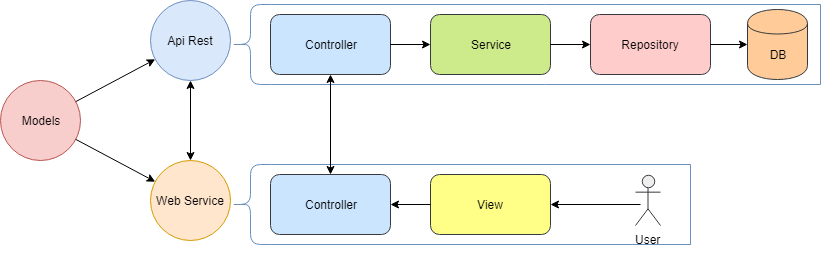
Above: Util/Relaciones.png in agilesrivas/flight-api (draw.io), before the change. Source tidied: cells renumbered, new cells last; positions are measured from the earlier drawing's top-left corner, leaving out a move shared by most shapes. Its diagram source:
```xml
<mxGraphModel background="#ffffff">
  <root>
    <mxCell id="0" />
    <mxCell id="1" parent="0" />
    <mxCell id="2" value="Models&lt;br&gt;" style="ellipse;whiteSpace=wrap;html=1;fillColor=#f8cecc;strokeColor=#b85450;" parent="1" vertex="1">
      <mxGeometry y="80" width="80" height="80" as="geometry" />
    </mxCell>
    <mxCell id="3" value="Api Rest" style="ellipse;whiteSpace=wrap;html=1;fillColor=#dae8fc;strokeColor=#6C8EBF;" parent="1" vertex="1">
      <mxGeometry x="150" width="80" height="80" as="geometry" />
    </mxCell>
    <mxCell id="4" value="Web Service&lt;br&gt;" style="ellipse;whiteSpace=wrap;html=1;fillColor=#ffe6cc;strokeColor=#d79b00;" parent="1" vertex="1">
      <mxGeometry x="150" y="160" width="80" height="80" as="geometry" />
    </mxCell>
    <mxCell id="5" style="endArrow=classic;html=1;" parent="1" edge="1" source="2" target="3">
      <mxGeometry relative="1" as="geometry" />
    </mxCell>
    <mxCell id="6" style="endArrow=classic;html=1;" parent="1" edge="1" source="2" target="4">
      <mxGeometry relative="1" as="geometry" />
    </mxCell>
    <mxCell id="7" style="endArrow=classic;startArrow=classic;html=1;" parent="1" edge="1" source="4" target="3">
      <mxGeometry relative="1" as="geometry" />
    </mxCell>
    <mxCell id="8" value="Controller" style="rounded=1;whiteSpace=wrap;html=1;strokeColor=#36393d;fillColor=#cce5ff;" parent="1" vertex="1">
      <mxGeometry x="270" y="14" width="120" height="60" as="geometry" />
    </mxCell>
    <mxCell id="9" value="Service" style="rounded=1;whiteSpace=wrap;html=1;strokeColor=#36393d;fillColor=#cdeb8b;" parent="1" vertex="1">
      <mxGeometry x="430" y="14" width="120" height="60" as="geometry" />
    </mxCell>
    <mxCell id="10" value="Repository" style="rounded=1;whiteSpace=wrap;html=1;strokeColor=#36393d;fillColor=#ffcccc;" parent="1" vertex="1">
      <mxGeometry x="590" y="14" width="120" height="60" as="geometry" />
    </mxCell>
    <mxCell id="11" value="DB" style="shape=cylinder;whiteSpace=wrap;html=1;boundedLbl=1;backgroundOutline=1;strokeColor=#36393d;fillColor=#ffcc99;" parent="1" vertex="1">
      <mxGeometry x="747" y="9" width="60" height="70" as="geometry" />
    </mxCell>
    <mxCell id="12" style="endArrow=classic;html=1;strokeColor=#000000;" parent="1" edge="1" source="8" target="9">
      <mxGeometry relative="1" as="geometry" />
    </mxCell>
    <mxCell id="13" style="endArrow=classic;html=1;" parent="1" edge="1" source="9" target="10">
      <mxGeometry relative="1" as="geometry" />
    </mxCell>
    <mxCell id="14" style="endArrow=classic;html=1;" parent="1" edge="1" source="10" target="11">
      <mxGeometry relative="1" as="geometry" />
    </mxCell>
    <mxCell id="15" style="shape=curlyBracket;whiteSpace=wrap;html=1;rounded=1;strokeColor=#6C8EBF;" parent="1" vertex="1">
      <mxGeometry x="230" y="4" width="40" height="80" as="geometry" />
    </mxCell>
    <mxCell id="16" style="endArrow=none;html=1;strokeColor=#6C8EBF;" parent="1" edge="1">
      <mxGeometry relative="1" as="geometry">
        <mxPoint x="270" y="84" as="sourcePoint" />
        <mxPoint x="820" y="84" as="targetPoint" />
      </mxGeometry>
    </mxCell>
    <mxCell id="17" style="endArrow=none;html=1;strokeColor=#6C8EBF;" parent="1" edge="1">
      <mxGeometry relative="1" as="geometry">
        <mxPoint x="270" y="4" as="sourcePoint" />
        <mxPoint x="820" y="4" as="targetPoint" />
      </mxGeometry>
    </mxCell>
    <mxCell id="18" style="endArrow=none;html=1;strokeColor=#6C8EBF;" parent="1" edge="1">
      <mxGeometry relative="1" as="geometry">
        <mxPoint x="690" y="244" as="sourcePoint" />
        <mxPoint x="690" y="164" as="targetPoint" />
      </mxGeometry>
    </mxCell>
    <mxCell id="19" style="shape=curlyBracket;whiteSpace=wrap;html=1;rounded=1;strokeColor=#6C8EBF;" parent="1" vertex="1">
      <mxGeometry x="230" y="164" width="40" height="80" as="geometry" />
    </mxCell>
    <mxCell id="20" value="Controller" style="rounded=1;whiteSpace=wrap;html=1;strokeColor=#36393d;fillColor=#cce5ff;" parent="1" vertex="1">
      <mxGeometry x="270" y="174" width="120" height="60" as="geometry" />
    </mxCell>
    <mxCell id="21" value="View" style="rounded=1;whiteSpace=wrap;html=1;strokeColor=#36393d;fillColor=#ffff88;" parent="1" vertex="1">
      <mxGeometry x="430" y="174" width="120" height="60" as="geometry" />
    </mxCell>
    <mxCell id="22" value="User&lt;br&gt;&lt;br&gt;" style="shape=umlActor;verticalLabelPosition=bottom;labelBackgroundColor=#ffffff;verticalAlign=top;html=1;strokeColor=#36393d;fillColor=#eeeeee;" parent="1" vertex="1">
      <mxGeometry x="635" y="175" width="25" height="50" as="geometry" />
    </mxCell>
    <mxCell id="23" style="endArrow=classic;html=1;strokeColor=#000000;entryX=1;entryY=0.5;" parent="1" edge="1" target="21">
      <mxGeometry relative="1" as="geometry">
        <mxPoint x="640" y="204" as="sourcePoint" />
      </mxGeometry>
    </mxCell>
    <mxCell id="24" style="endArrow=classic;html=1;strokeColor=#000000;" parent="1" edge="1" source="21" target="20">
      <mxGeometry relative="1" as="geometry" />
    </mxCell>
    <mxCell id="25" style="endArrow=none;html=1;strokeColor=#6C8EBF;" parent="1" edge="1">
      <mxGeometry relative="1" as="geometry">
        <mxPoint x="270" y="244" as="sourcePoint" />
        <mxPoint x="690" y="244" as="targetPoint" />
      </mxGeometry>
    </mxCell>
    <mxCell id="26" style="endArrow=none;html=1;strokeColor=#6C8EBF;" parent="1" edge="1">
      <mxGeometry relative="1" as="geometry">
        <mxPoint x="270" y="164" as="sourcePoint" />
        <mxPoint x="690" y="164" as="targetPoint" />
      </mxGeometry>
    </mxCell>
    <mxCell id="27" style="endArrow=none;html=1;strokeColor=#6C8EBF;" parent="1" edge="1">
      <mxGeometry relative="1" as="geometry">
        <mxPoint x="270" y="244" as="sourcePoint" />
        <mxPoint x="690" y="244" as="targetPoint" />
      </mxGeometry>
    </mxCell>
    <mxCell id="28" style="endArrow=none;html=1;strokeColor=#6C8EBF;" parent="1" edge="1">
      <mxGeometry relative="1" as="geometry">
        <mxPoint x="820" y="84" as="sourcePoint" />
        <mxPoint x="820" y="4" as="targetPoint" />
      </mxGeometry>
    </mxCell>
    <mxCell id="29" style="endArrow=classic;startArrow=classic;html=1;strokeColor=#000000;entryX=0.5;entryY=1;" parent="1" edge="1" source="20" target="8">
      <mxGeometry relative="1" as="geometry" />
    </mxCell>
  </root>
</mxGraphModel>
```
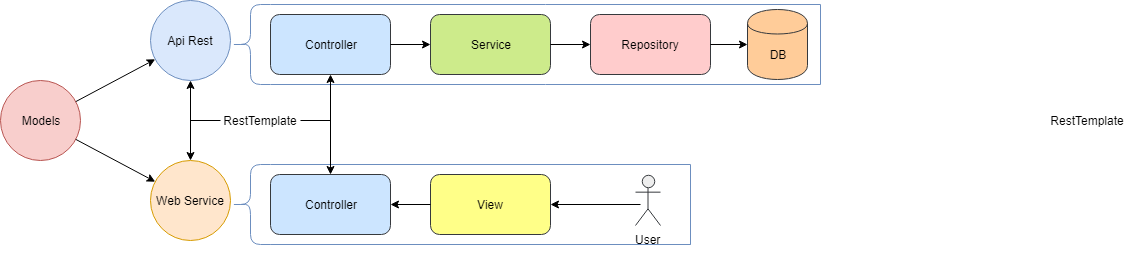
The same file after the commit.

Change to the diagram source:
```diff
@@ -109,5 +109,23 @@
     <mxCell id="29" style="endArrow=classic;startArrow=classic;html=1;strokeColor=#000000;entryX=0.5;entryY=1;" parent="1" edge="1" source="20" target="8">
       <mxGeometry relative="1" as="geometry" />
     </mxCell>
+    <mxCell id="30" value="RestTemplate&lt;br&gt;" style="text;html=1;strokeColor=none;fillColor=none;align=center;verticalAlign=middle;whiteSpace=wrap;rounded=0;" parent="1" vertex="1">
+      <mxGeometry x="1067" y="110" width="40" height="20" as="geometry" />
+    </mxCell>
+    <mxCell id="31" value="RestTemplate&lt;br&gt;" style="text;html=1;strokeColor=none;fillColor=none;align=center;verticalAlign=middle;whiteSpace=wrap;rounded=0;" parent="1" vertex="1">
+      <mxGeometry x="240" y="110" width="40" height="20" as="geometry" />
+    </mxCell>
+    <mxCell id="32" style="endArrow=none;html=1;strokeColor=#000000;" parent="1" edge="1">
+      <mxGeometry relative="1" as="geometry">
+        <mxPoint x="190" y="120" as="sourcePoint" />
+        <mxPoint x="220" y="120" as="targetPoint" />
+      </mxGeometry>
+    </mxCell>
+    <mxCell id="33" style="endArrow=none;html=1;strokeColor=#000000;" parent="1" edge="1">
+      <mxGeometry relative="1" as="geometry">
+        <mxPoint x="300" y="120" as="sourcePoint" />
+        <mxPoint x="330" y="120" as="targetPoint" />
+      </mxGeometry>
+    </mxCell>
   </root>
 </mxGraphModel>
```
